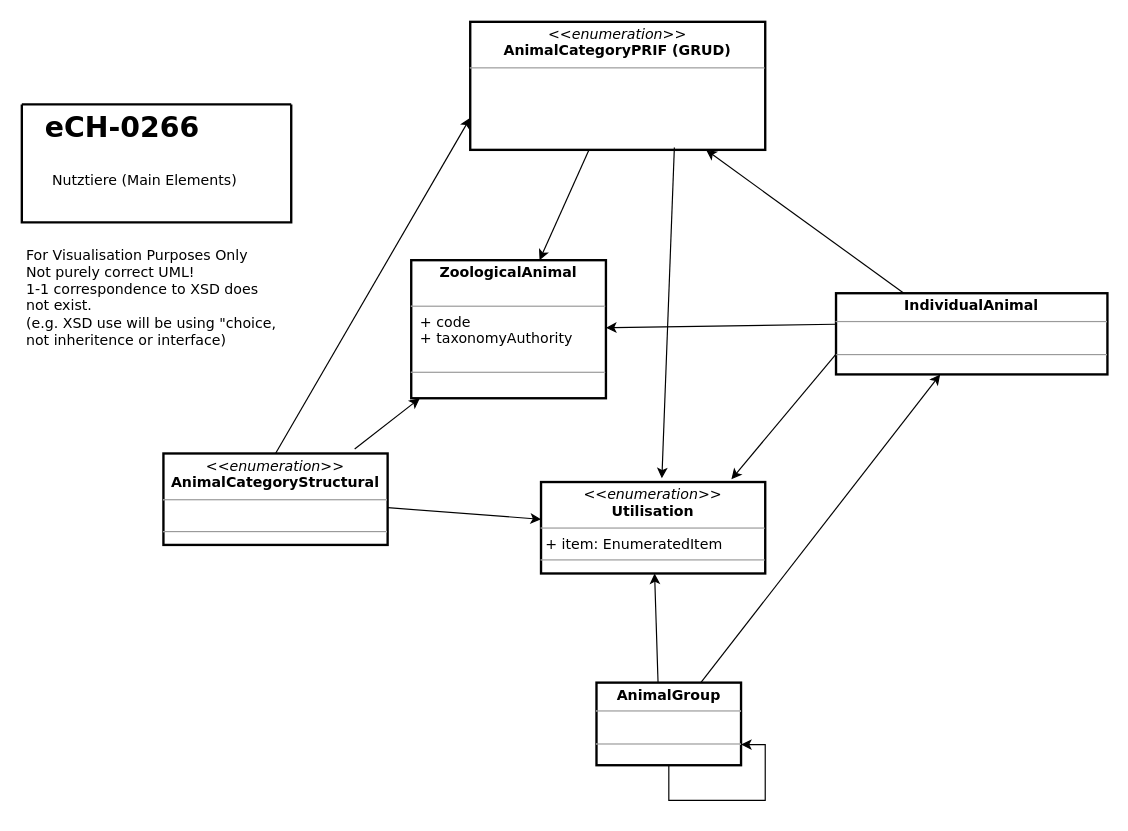
The draw.io diagram src/eCH_0266__1_0__Tiere.drawio in blw-ofag-ufag/eCH-0266, before the edit. Source tidied: cells renumbered, new cells numbered last; positions are measured from the earlier drawing's top-left corner, leaving out a move shared by most shapes. Both pictures are drawn from the tidied source at 118%, with x=0, y=0 at pixel (21, 21).
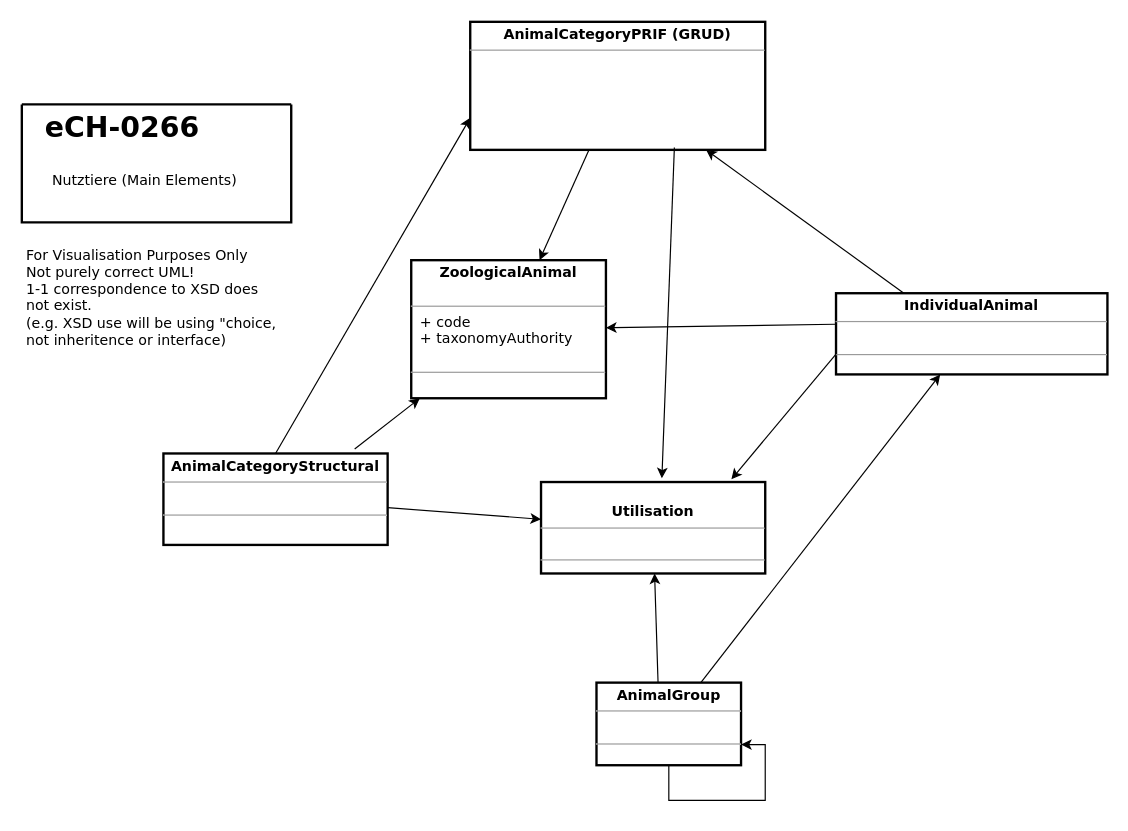
Above is the later version.

Commit message:
Remove "enumeration" -- probably only confusing for readerhip

What changed in the source:
```diff
@@
-    <mxCell id="6" value="&lt;p style=&quot;margin:0px;margin-top:4px;text-align:center;&quot;&gt;&lt;i&gt;&amp;lt;&amp;lt;enumeration&amp;gt;&amp;gt;&lt;/i&gt;&lt;br&gt;&lt;b&gt;AnimalCategoryPRIF (GRUD)&lt;/b&gt;&lt;/p&gt;&lt;hr size=&quot;1&quot;&gt;&lt;p style=&quot;margin:0px;margin-left:4px;&quot;&gt;&amp;nbsp;&lt;/p&gt;&lt;p style=&quot;margin:0px;margin-left:4px;&quot;&gt;&lt;br&gt;&lt;/p&gt;" style="verticalAlign=top;align=left;overflow=fill;fontSize=12;fontFamily=Verdana;html=1;sketch=0;strokeWidth=2;" parent="1" vertex="1">
+    <mxCell id="6" value="&lt;p style=&quot;margin:0px;margin-top:4px;text-align:center;&quot;&gt;&lt;b&gt;AnimalCategoryPRIF (GRUD)&lt;/b&gt;&lt;/p&gt;&lt;hr size=&quot;1&quot;&gt;&lt;p style=&quot;margin:0px;margin-left:4px;&quot;&gt;&amp;nbsp;&lt;/p&gt;&lt;p style=&quot;margin:0px;margin-left:4px;&quot;&gt;&lt;br&gt;&lt;/p&gt;" style="verticalAlign=top;align=left;overflow=fill;fontSize=12;fontFamily=Verdana;html=1;sketch=0;strokeWidth=2;" parent="1" vertex="1">
       <mxGeometry x="380" width="250" height="108.5" as="geometry" />
     </mxCell>
-    <mxCell id="7" value="&lt;p style=&quot;margin:0px;margin-top:4px;text-align:center;&quot;&gt;&lt;i&gt;&amp;lt;&amp;lt;enumeration&amp;gt;&amp;gt;&lt;/i&gt;&lt;br&gt;&lt;b&gt;AnimalCategoryStructural&lt;/b&gt;&lt;/p&gt;&lt;hr size=&quot;1&quot;&gt;&lt;p style=&quot;margin:0px;margin-left:4px;&quot;&gt;&amp;nbsp;&lt;br&gt;&lt;/p&gt;&lt;hr size=&quot;1&quot;&gt;&lt;p style=&quot;margin:0px;margin-left:4px;&quot;&gt;&lt;br&gt;&lt;/p&gt;" style="verticalAlign=top;align=left;overflow=fill;fontSize=12;fontFamily=Verdana;html=1;sketch=0;strokeWidth=2;" parent="1" vertex="1">
+    <mxCell id="7" value="&lt;p style=&quot;margin:0px;margin-top:4px;text-align:center;&quot;&gt;&lt;b&gt;AnimalCategoryStructural&lt;/b&gt;&lt;/p&gt;&lt;hr size=&quot;1&quot;&gt;&lt;p style=&quot;margin:0px;margin-left:4px;&quot;&gt;&amp;nbsp;&lt;br&gt;&lt;/p&gt;&lt;hr size=&quot;1&quot;&gt;&lt;p style=&quot;margin:0px;margin-left:4px;&quot;&gt;&lt;br&gt;&lt;/p&gt;" style="verticalAlign=top;align=left;overflow=fill;fontSize=12;fontFamily=Verdana;html=1;sketch=0;strokeWidth=2;" parent="1" vertex="1">
       <mxGeometry x="120" y="365.8" width="190" height="77.5" as="geometry" />
     </mxCell>
-    <mxCell id="8" value="&lt;p style=&quot;margin:0px;margin-top:4px;text-align:center;&quot;&gt;&lt;i&gt;&amp;lt;&amp;lt;enumeration&amp;gt;&amp;gt;&lt;/i&gt;&lt;br&gt;&lt;b&gt;Utilisation&lt;/b&gt;&lt;/p&gt;&lt;hr size=&quot;1&quot;&gt;&lt;p style=&quot;margin:0px;margin-left:4px;&quot;&gt;+ item: EnumeratedItem&lt;br&gt;&lt;/p&gt;&lt;hr size=&quot;1&quot;&gt;&lt;p style=&quot;margin:0px;margin-left:4px;&quot;&gt;&lt;br&gt;&lt;/p&gt;" style="verticalAlign=top;align=left;overflow=fill;fontSize=12;fontFamily=Verdana;html=1;sketch=0;strokeWidth=2;" parent="1" vertex="1">
+    <mxCell id="8" value="&lt;p style=&quot;margin:0px;margin-top:4px;text-align:center;&quot;&gt;&lt;br&gt;&lt;b&gt;Utilisation&lt;/b&gt;&lt;/p&gt;&lt;hr size=&quot;1&quot;&gt;&lt;p style=&quot;margin:0px;margin-left:4px;&quot;&gt;&amp;nbsp;&lt;br&gt;&lt;/p&gt;&lt;hr size=&quot;1&quot;&gt;&lt;p style=&quot;margin:0px;margin-left:4px;&quot;&gt;&lt;br&gt;&lt;/p&gt;" style="verticalAlign=top;align=left;overflow=fill;fontSize=12;fontFamily=Verdana;html=1;sketch=0;strokeWidth=2;" parent="1" vertex="1">
       <mxGeometry x="440" y="390" width="190" height="77.5" as="geometry" />
     </mxCell>
```
